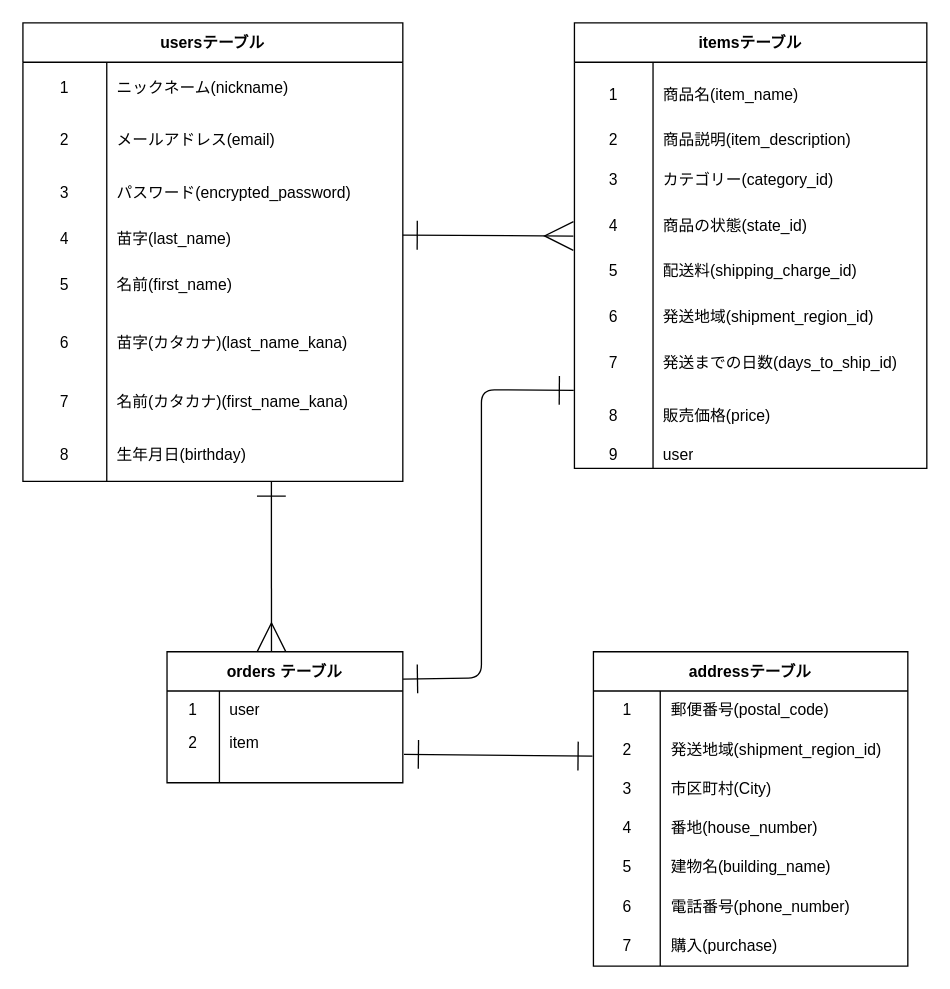
This is ER.dio from tojo-0912/furima-39976, a draw.io file, before an edit. Source tidied: cells renumbered, new cells numbered last; positions are measured from the earlier drawing's top-left corner, leaving out a move shared by most shapes. Both pictures are drawn from the tidied source at 131%, with x=0, y=0 at pixel (22, 22).
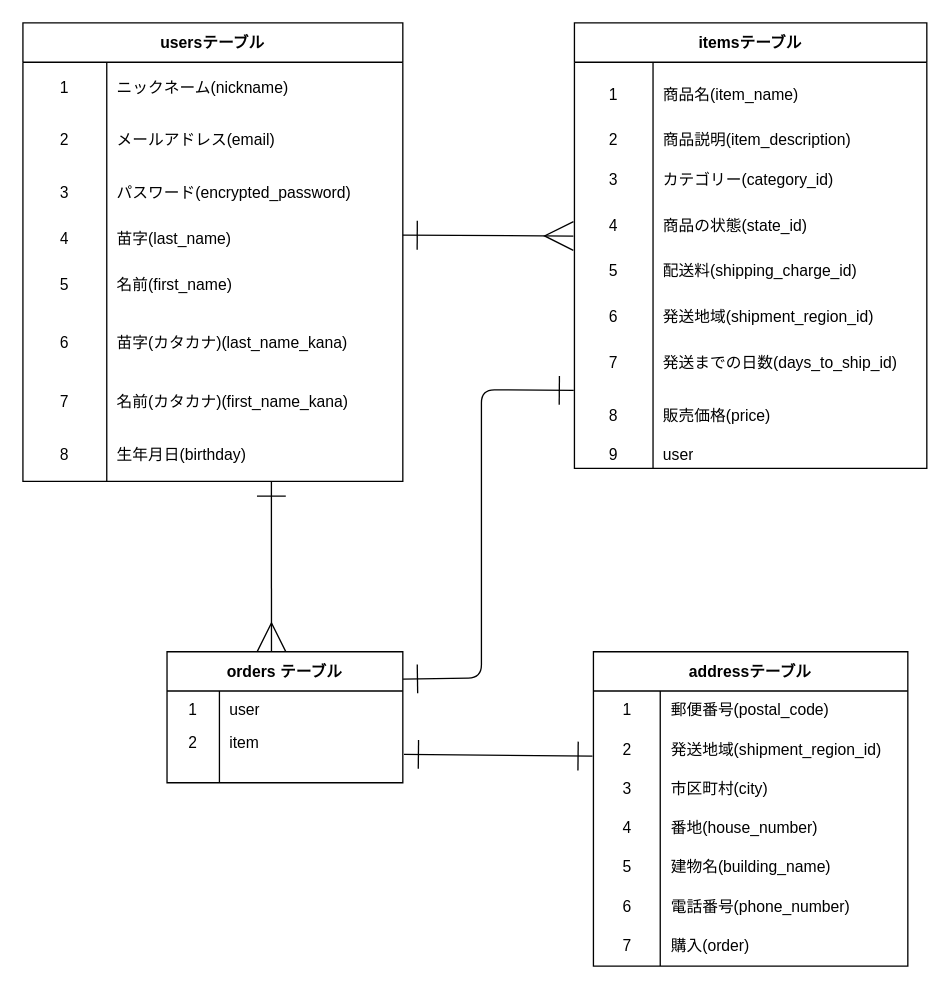
The same page after the edit.

Commit message (it also covers changes not shown here):
データベースの設計(修正3)

The change refers to these unchanged cells:
```xml
<mxCell id="34" style="shape=tableRow;horizontal=0;startSize=0;swimlaneHead=0;swimlaneBody=0;top=0;left=0;bottom=0;right=0;fillColor=none;" parent="27" vertex="1">
  <mxGeometry y="90" width="240" height="30" as="geometry" />
</mxCell>
<mxCell id="46" style="shape=tableRow;horizontal=0;startSize=0;swimlaneHead=0;swimlaneBody=0;top=0;left=0;bottom=0;right=0;fillColor=none;" parent="27" vertex="1">
  <mxGeometry y="210" width="240" height="30" as="geometry" />
</mxCell>
```

The edit, as a diff of the source:
```diff
@@
-    <mxCell id="36" value="市区町村(City)" style="shape=partialRectangle;html=1;whiteSpace=wrap;fillColor=none;top=0;left=0;bottom=0;right=0;align=left;spacingLeft=6;overflow=hidden;" parent="34" vertex="1">
+    <mxCell id="36" value="市区町村(city)" style="shape=partialRectangle;html=1;whiteSpace=wrap;fillColor=none;top=0;left=0;bottom=0;right=0;align=left;spacingLeft=6;overflow=hidden;" parent="34" vertex="1">
       <mxGeometry x="51" width="189" height="30" as="geometry" />
     </mxCell>
@@
-    <mxCell id="48" value="購入(purchase)" style="shape=partialRectangle;html=1;whiteSpace=wrap;fillColor=none;top=0;left=0;bottom=0;right=0;align=left;spacingLeft=6;overflow=hidden;" parent="46" vertex="1">
+    <mxCell id="48" value="購入(order)" style="shape=partialRectangle;html=1;whiteSpace=wrap;fillColor=none;top=0;left=0;bottom=0;right=0;align=left;spacingLeft=6;overflow=hidden;" parent="46" vertex="1">
       <mxGeometry x="51" width="189" height="30" as="geometry" />
     </mxCell>
```
